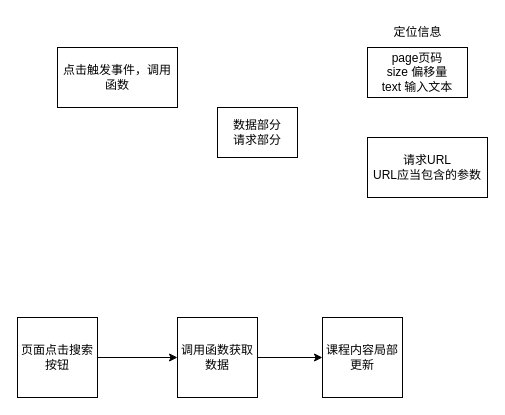
Earlier version of the draw.io diagram draw.io/点击搜索课程.drawio (Caesar-Victory/archtechIllustration). Source tidied: cells renumbered, new cells numbered last; positions are measured from the earlier drawing's top-left corner, leaving out a move shared by most shapes. Both pictures are drawn from the tidied source at 100%, with x=0, y=0 at pixel (17, 17).
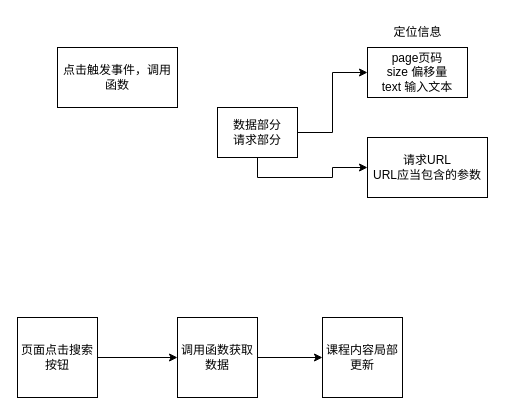
After the change.

Commit message (it also covers changes not shown here):
Update 点击搜索课程.drawio

What changed in the source:
```diff
@@
 <mxGraphModel>
   <root>
     <mxCell id="0" />
     <mxCell id="1" parent="0" />
     <mxCell id="2" value="点击触发事件，调用函数" style="rounded=0;whiteSpace=wrap;html=1;" parent="1" vertex="1">
       <mxGeometry x="40" y="30" width="120" height="60" as="geometry" />
     </mxCell>
+    <mxCell id="12" style="edgeStyle=orthogonalEdgeStyle;rounded=0;jettySize=auto;html=1;entryX=0;entryY=0.5;entryDx=0;entryDy=0;exitX=1;exitY=0.5;exitDx=0;exitDy=0;" parent="1" edge="1" source="3" target="4">
+      <mxGeometry relative="1" as="geometry" />
+    </mxCell>
+    <mxCell id="13" style="edgeStyle=orthogonalEdgeStyle;rounded=0;jettySize=auto;html=1;exitX=0.5;exitY=1;exitDx=0;exitDy=0;entryX=0;entryY=0.5;entryDx=0;entryDy=0;" parent="1" edge="1" source="3" target="6">
+      <mxGeometry relative="1" as="geometry" />
+    </mxCell>
     <mxCell id="3" value="数据部分&lt;br&gt;请求部分" style="rounded=0;whiteSpace=wrap;html=1;fontFamily=Tahoma;" parent="1" vertex="1">
       <mxGeometry x="200" y="90" width="80" height="50" as="geometry" />
     </mxCell>
     <mxCell id="4" value="page页码&lt;br&gt;size 偏移量&lt;br&gt;text 输入文本" style="rounded=0;whiteSpace=wrap;html=1;" parent="1" vertex="1">
       <mxGeometry x="350" y="30" width="100" height="50" as="geometry" />
     </mxCell>
     <mxCell id="5" value="定位信息" style="text;html=1;align=center;verticalAlign=middle;strokeColor=none;fillColor=none;" parent="1" vertex="1">
       <mxGeometry x="365" width="70" height="30" as="geometry" />
     </mxCell>
     <mxCell id="6" value="请求URL&lt;br&gt;URL应当包含的参数" style="rounded=0;whiteSpace=wrap;html=1;" parent="1" vertex="1">
       <mxGeometry x="350" y="120" width="120" height="60" as="geometry" />
     </mxCell>
     <mxCell id="7" style="edgeStyle=orthogonalEdgeStyle;rounded=0;jettySize=auto;html=1;" parent="1" edge="1" source="8" target="10">
       <mxGeometry relative="1" as="geometry" />
     </mxCell>
     <mxCell id="8" value="页面点击搜索按钮" style="whiteSpace=wrap;html=1;" parent="1" vertex="1">
       <mxGeometry y="300" width="80" height="80" as="geometry" />
     </mxCell>
     <mxCell id="9" style="edgeStyle=orthogonalEdgeStyle;rounded=0;jettySize=auto;html=1;" parent="1" edge="1" source="10" target="11">
       <mxGeometry relative="1" as="geometry" />
     </mxCell>
     <mxCell id="10" value="调用函数获取数据" style="whiteSpace=wrap;html=1;" parent="1" vertex="1">
       <mxGeometry x="160" y="300" width="80" height="80" as="geometry" />
     </mxCell>
     <mxCell id="11" value="课程内容局部更新" style="whiteSpace=wrap;html=1;" parent="1" vertex="1">
       <mxGeometry x="305" y="300" width="80" height="80" as="geometry" />
     </mxCell>
   </root>
 </mxGraphModel>
```
